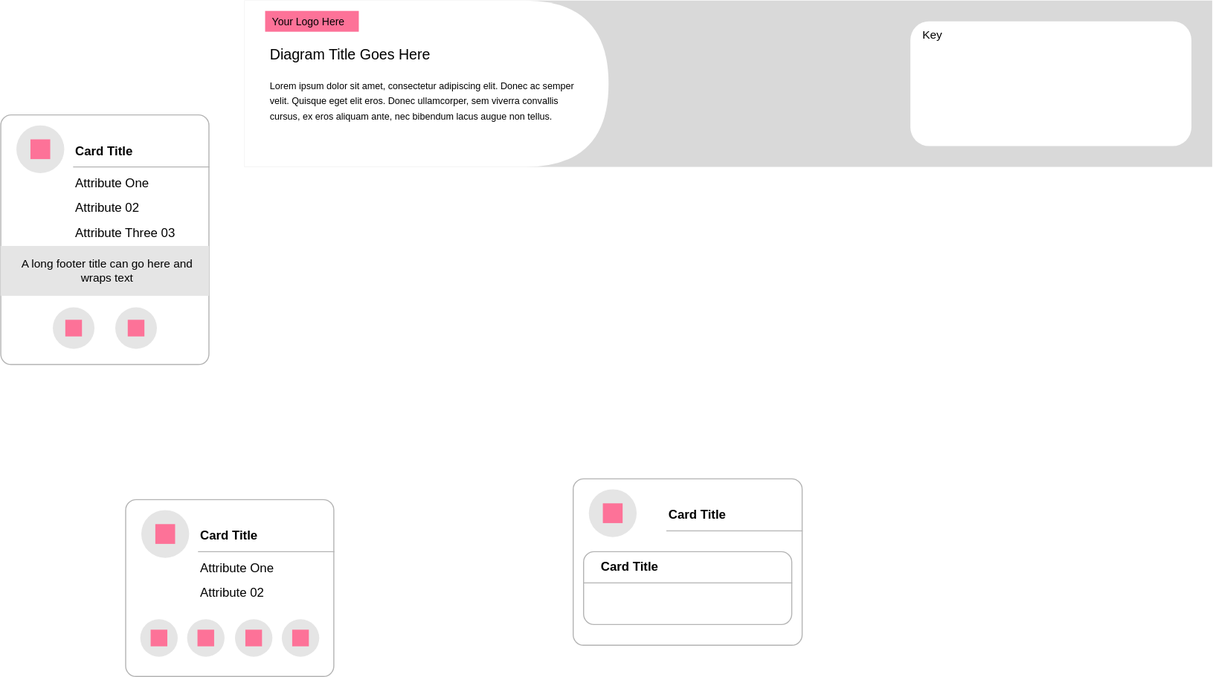
Before: Diagram v2.drawio.svg, a diagram exported from draw.io (gopal100501/docs_okf_v1). Source tidied: cells renumbered, new cells last; positions are measured from the earlier drawing's top-left corner, leaving out a move shared by most shapes.
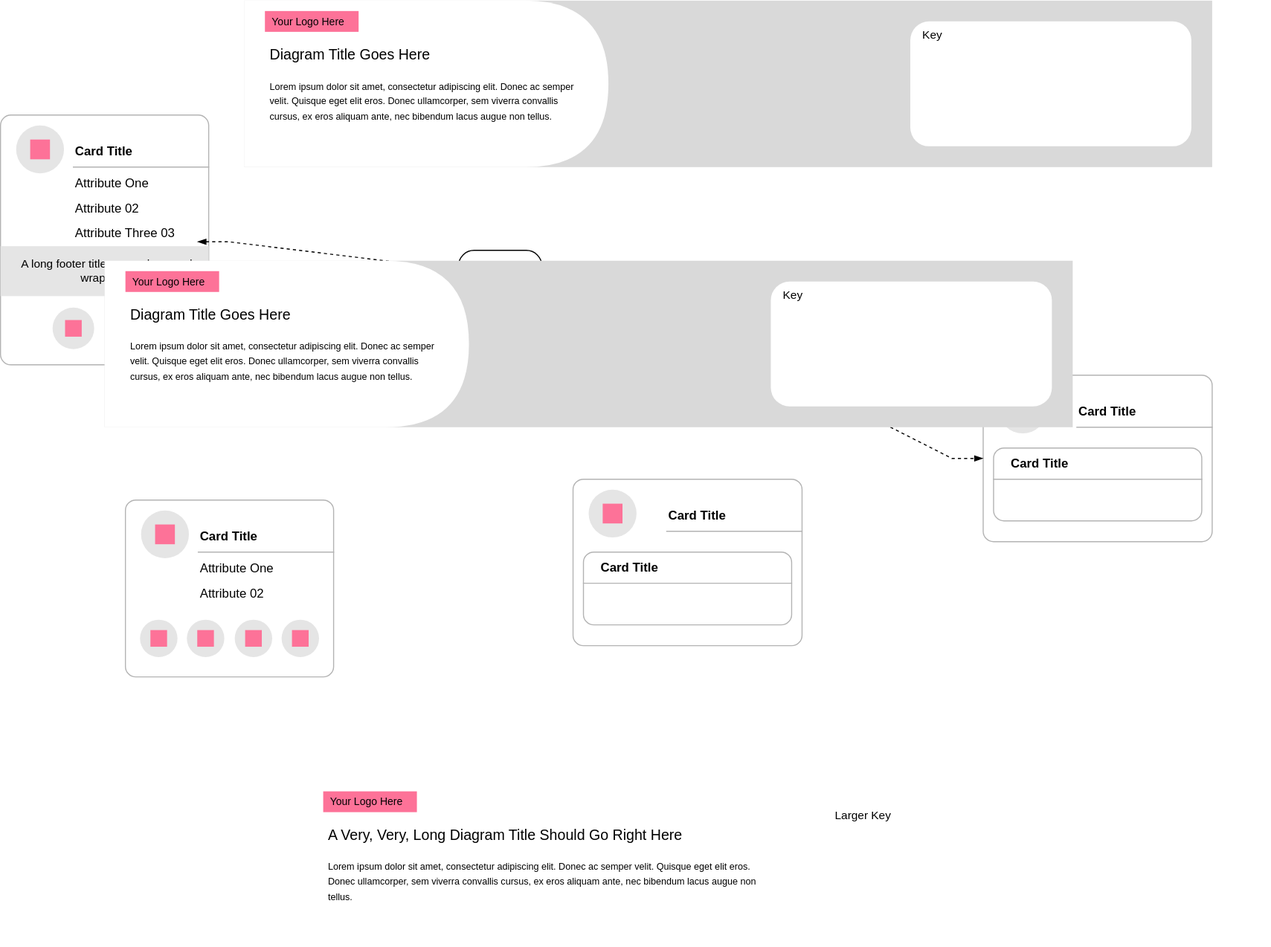
The same diagram one commit later.

What changed in the source:
```diff
@@ -175,5 +175,82 @@
         <mxPoint x="-8" y="-8" as="offset" />
       </mxGeometry>
     </mxCell>
+    <mxCell id="39" style="rounded=1;whiteSpace=wrap;html=1;strokeColor=#B3B3B3;arcSize=20;absoluteArcSize=1;" parent="1" vertex="1">
+      <mxGeometry x="944" y="360" width="220" height="160" as="geometry" />
+    </mxCell>
+    <mxCell id="40" style="ellipse;whiteSpace=wrap;html=1;strokeColor=none;fillColor=#e5e5e5;" parent="39" vertex="1">
+      <mxGeometry width="46" height="46" relative="1" as="geometry">
+        <mxPoint x="15" y="10" as="offset" />
+      </mxGeometry>
+    </mxCell>
+    <mxCell id="41" style="html=1;strokeColor=none;fillColor=#fd7298;" parent="40" vertex="1">
+      <mxGeometry x="0.5" y="0.5" width="19" height="19" relative="1" as="geometry">
+        <mxPoint x="-9.5" y="-9.5" as="offset" />
+      </mxGeometry>
+    </mxCell>
+    <mxCell id="42" value="Card Title" style="shape=partialRectangle;whiteSpace=wrap;html=1;top=0;left=0;fillColor=none;right=0;fontStyle=1;align=left;strokeColor=#B3B3B3;" parent="39" vertex="1">
+      <mxGeometry x="1" width="130" height="30" relative="1" as="geometry">
+        <mxPoint x="-130" y="20" as="offset" />
+      </mxGeometry>
+    </mxCell>
+    <mxCell id="43" style="shape=rect;rounded=1;whiteSpace=wrap;html=1;strokeColor=#B3B3B3;arcSize=20;absoluteArcSize=1;" parent="39" vertex="1">
+      <mxGeometry width="200" height="70" relative="1" as="geometry">
+        <mxPoint x="10" y="70" as="offset" />
+      </mxGeometry>
+    </mxCell>
+    <mxCell id="44" value="Card Title" style="shape=partialRectangle;whiteSpace=wrap;html=1;top=0;left=0;fillColor=none;right=0;fontStyle=1;align=left;strokeColor=#B3B3B3;spacingLeft=15;" parent="43" vertex="1">
+      <mxGeometry width="200" height="30" relative="1" as="geometry" />
+    </mxCell>
+    <mxCell id="45" style="edgeStyle=entityRelationEdgeStyle;html=1;startArrow=blockThin;startFill=1;endArrow=none;rounded=0;endFill=0;dashed=1;exitX=0.917;exitY=0.823;exitDx=0;exitDy=0;exitPerimeter=0;" parent="1" edge="1" source="8" target="46">
+      <mxGeometry relative="1" as="geometry" />
+    </mxCell>
+    <mxCell id="46" value="Relationship" style="html=1;rounded=1;absoluteArcSize=1;arcSize=80;whiteSpace=wrap;fontSize=11;" parent="1" vertex="1">
+      <mxGeometry x="440" y="240" width="80" height="30" as="geometry" />
+    </mxCell>
+    <mxCell id="47" style="edgeStyle=entityRelationEdgeStyle;html=1;endArrow=blockThin;endFill=1;startArrow=none;rounded=0;startFill=0;dashed=1;" parent="1" edge="1" source="46" target="39">
+      <mxGeometry relative="1" as="geometry" />
+    </mxCell>
+    <mxCell id="48" style="strokeColor=none;fillColor=#d9d9d9;" parent="1" vertex="1">
+      <mxGeometry x="100" y="250" width="930" height="160" as="geometry" />
+    </mxCell>
+    <mxCell id="49" style="shape=delay;whiteSpace=wrap;html=1;strokeColor=none;" parent="48" vertex="1">
+      <mxGeometry width="350" height="160" relative="1" as="geometry" />
+    </mxCell>
+    <mxCell id="50" value="Your Logo Here" style="rounded=0;whiteSpace=wrap;html=1;fillColor=#fd7298;strokeColor=none;align=left;spacingLeft=5;fontSize=10;" parent="49" vertex="1">
+      <mxGeometry width="90" height="20" relative="1" as="geometry">
+        <mxPoint x="20" y="10" as="offset" />
+      </mxGeometry>
+    </mxCell>
+    <mxCell id="51" value="&lt;h3&gt;&lt;font style=&quot;font-weight: normal; font-size: 14px;&quot;&gt;Diagram Title Goes Here&lt;/font&gt;&lt;/h3&gt;&lt;p&gt;&lt;font style=&quot;font-size: 9px;&quot;&gt;Lorem ipsum dolor sit amet, consectetur adipiscing elit. Donec ac semper velit. Quisque eget elit eros. Donec ullamcorper, sem viverra convallis cursus, ex eros aliquam ante, nec bibendum lacus augue non tellus.&lt;/font&gt;&lt;/p&gt;" style="text;html=1;strokeColor=none;fillColor=none;spacing=5;spacingTop=-20;whiteSpace=wrap;overflow=hidden;rounded=0;" parent="49" vertex="1">
+      <mxGeometry width="310" height="100" relative="1" as="geometry">
+        <mxPoint x="20" y="40" as="offset" />
+      </mxGeometry>
+    </mxCell>
+    <mxCell id="52" value="Key" style="rounded=1;whiteSpace=wrap;html=1;strokeColor=none;verticalAlign=top;align=left;spacingLeft=10;fontSize=11;" parent="48" vertex="1">
+      <mxGeometry x="1" width="270" height="120" relative="1" as="geometry">
+        <mxPoint x="-290" y="20" as="offset" />
+      </mxGeometry>
+    </mxCell>
+    <mxCell id="53" style="strokeColor=none;fillColor=#d9d9d9;" parent="1" vertex="1">
+      <mxGeometry x="290" y="750" width="930" height="160" as="geometry" />
+    </mxCell>
+    <mxCell id="54" style="shape=delay;whiteSpace=wrap;html=1;strokeColor=none;" parent="53" vertex="1">
+      <mxGeometry width="480" height="160" relative="1" as="geometry" />
+    </mxCell>
+    <mxCell id="55" value="Your Logo Here" style="rounded=0;whiteSpace=wrap;html=1;fillColor=#fd7298;strokeColor=none;align=left;spacingLeft=5;fontSize=10;" parent="54" vertex="1">
+      <mxGeometry width="90" height="20" relative="1" as="geometry">
+        <mxPoint x="20" y="10" as="offset" />
+      </mxGeometry>
+    </mxCell>
+    <mxCell id="56" value="&lt;h3&gt;&lt;font style=&quot;font-weight: normal; font-size: 14px;&quot;&gt;A Very, Very, Long Diagram Title Should Go Right Here&lt;/font&gt;&lt;/h3&gt;&lt;p&gt;&lt;font style=&quot;font-size: 9px;&quot;&gt;Lorem ipsum dolor sit amet, consectetur adipiscing elit. Donec ac semper velit. Quisque eget elit eros. Donec ullamcorper, sem viverra convallis cursus, ex eros aliquam ante, nec bibendum lacus augue non tellus.&lt;/font&gt;&lt;/p&gt;" style="text;html=1;strokeColor=none;fillColor=none;spacing=5;spacingTop=-20;whiteSpace=wrap;overflow=hidden;rounded=0;" parent="54" vertex="1">
+      <mxGeometry width="440" height="100" relative="1" as="geometry">
+        <mxPoint x="20" y="40" as="offset" />
+      </mxGeometry>
+    </mxCell>
+    <mxCell id="57" value="Larger Key" style="rounded=1;whiteSpace=wrap;html=1;strokeColor=none;verticalAlign=top;align=left;spacingLeft=10;fontSize=11;" parent="53" vertex="1">
+      <mxGeometry x="1" width="410" height="120" relative="1" as="geometry">
+        <mxPoint x="-430" y="20" as="offset" />
+      </mxGeometry>
+    </mxCell>
   </root>
 </mxGraphModel>
```
